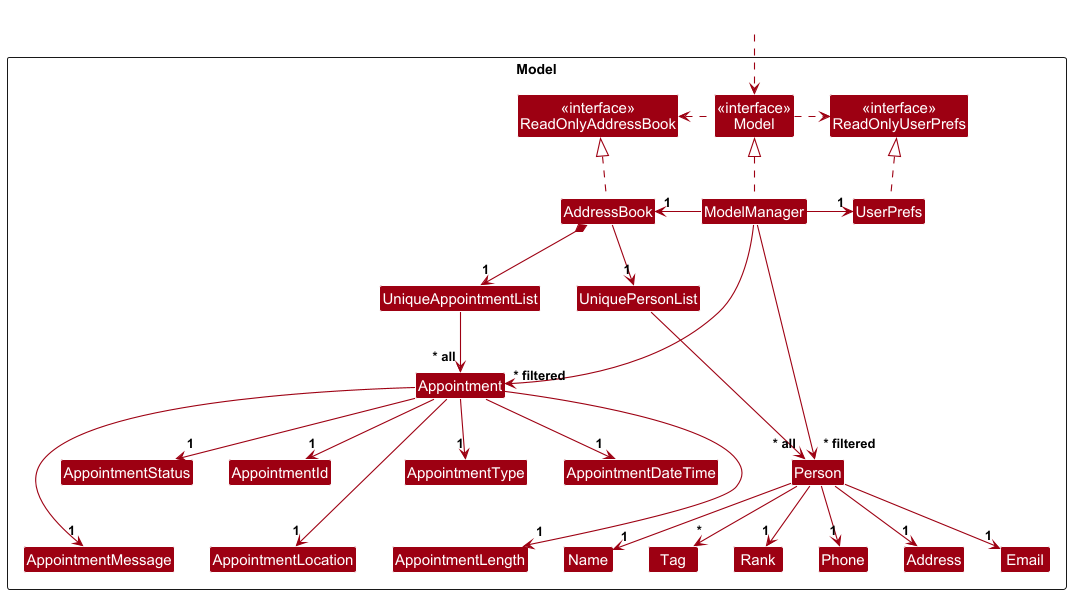
Dumboiroy/tp keeps this PlantUML diagram as docs/images/ModelClassDiagram.png. Above is the earlier version. Its source is kept beside it as docs/diagrams/ModelClassDiagram.puml. Its diagram source:
```plantuml
@startuml
!include style.puml
skinparam arrowThickness 1.1
skinparam arrowColor MODEL_COLOR
skinparam classBackgroundColor MODEL_COLOR

Package Model as ModelPackage <<Rectangle>>{
Class "<<interface>>\nReadOnlyAddressBook" as ReadOnlyAddressBook
Class "<<interface>>\nReadOnlyUserPrefs" as ReadOnlyUserPrefs
Class "<<interface>>\nModel" as Model
Class AddressBook
Class ModelManager
Class UserPrefs

Class UniquePersonList
Class Person
Class Address
Class Email
Class Name
Class Phone
Class Tag
Class Rank

Class UniqueAppointmentList
Class Appointment
Class AppointmentId
Class AppointmentDateTime
Class AppointmentLength
Class AppointmentLocation
Class AppointmentType
Class AppointmentMessage
Class AppointmentStatus

Class I #FFFFFF
}

Class HiddenOutside #FFFFFF
HiddenOutside ..> Model

AddressBook .up.|> ReadOnlyAddressBook

ModelManager .up.|> Model
Model .right.> ReadOnlyUserPrefs
Model .left.> ReadOnlyAddressBook
ModelManager -left-> "1" AddressBook
ModelManager -right-> "1" UserPrefs
UserPrefs .up.|> ReadOnlyUserPrefs

AddressBook --> "1" UniquePersonList
UniquePersonList --> "~* all" Person
Person --> "1"Name
Person --> "1"Phone
Person --> "1"Email
Person --> "1"Address
Person --> "*" Tag
Person --> "1"Rank

Person -[hidden]up--> I
UniquePersonList -[hidden]right-> I

Name -[hidden]right-> Phone
Phone -[hidden]right-> Address
Address -[hidden]right-> Email

ModelManager --> "~* filtered" Person

AddressBook *--> "1" UniqueAppointmentList
UniqueAppointmentList --> "~* all" Appointment
Appointment --> "1"AppointmentStatus
Appointment --> "1"AppointmentDateTime
Appointment --> "1"AppointmentLength
Appointment --> "1"AppointmentId
Appointment --> "1"AppointmentLocation
Appointment --> "1"AppointmentType
Appointment --> "1"AppointmentMessage

AppointmentLocation -[hidden]up-> AppointmentId
AppointmentMessage -[hidden]up-> AppointmentStatus
AppointmentLength -[hidden]up-> AppointmentType
AppointmentDateTime -[hidden]left-> AppointmentStatus
ModelManager --> "~* filtered" Appointment
@enduml
```
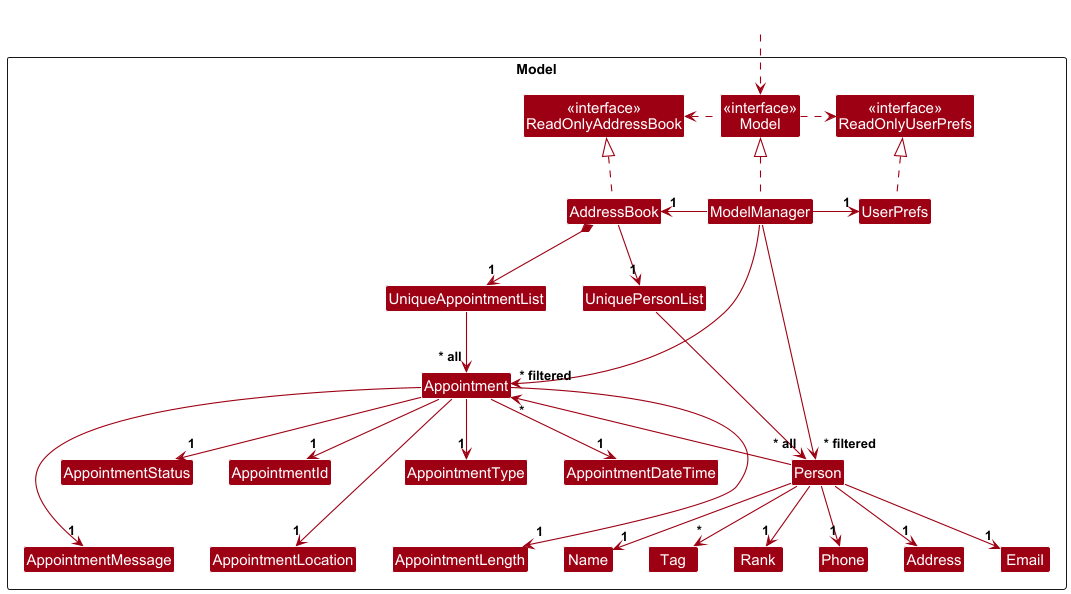
The same file after the commit.

The edit, as a diff of the source:
```diff
@@ -54,6 +54,7 @@
 Person --> "1"Address
 Person --> "*" Tag
 Person --> "1"Rank
+Appointment "*" <-- Person
 
 Person -[hidden]up--> I
 UniquePersonList -[hidden]right-> I
```
